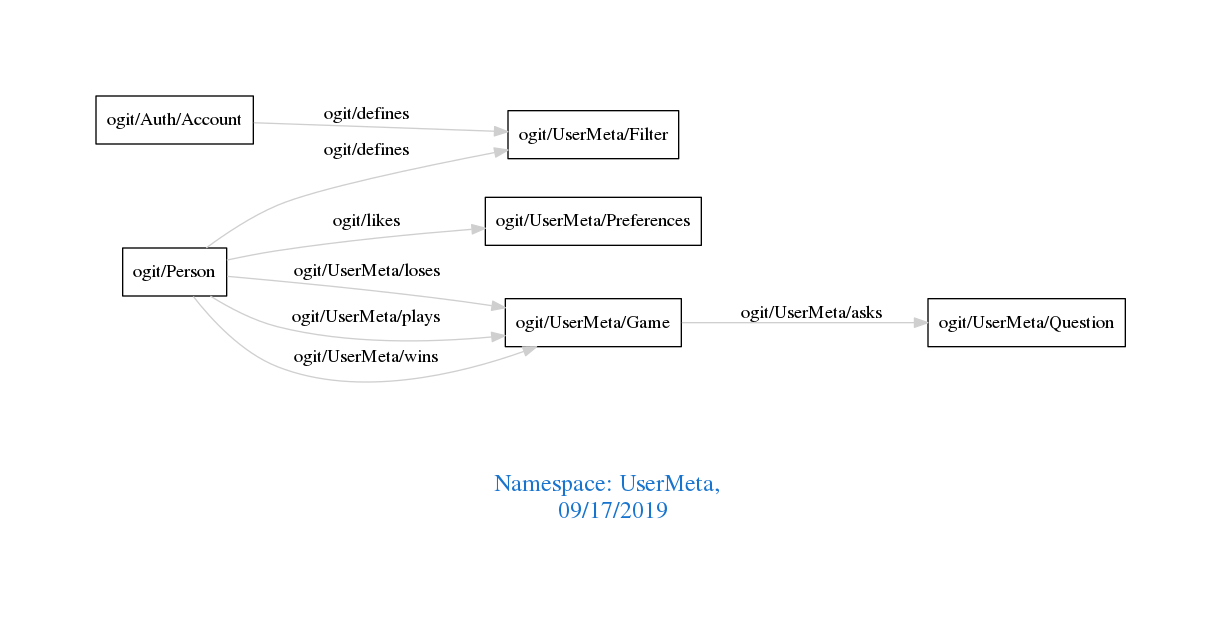
arago/OGIT keeps this Graphviz diagram as downloads/UserMeta.png. Above is the earlier version. Its source is kept beside it as downloads/UserMeta.dot.
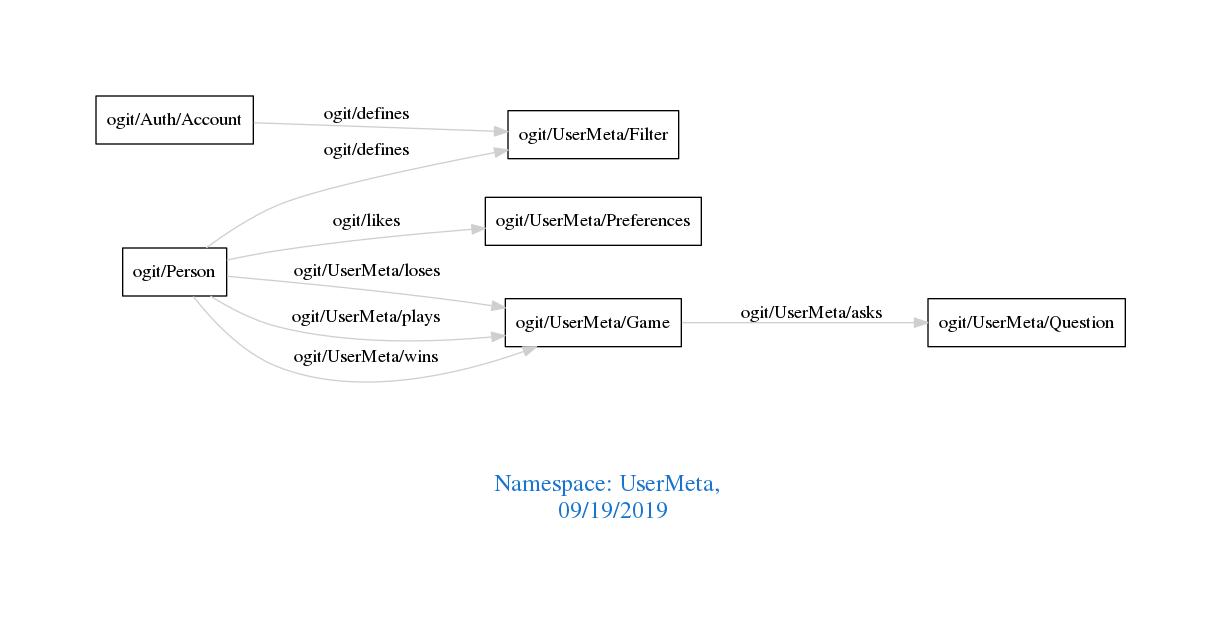
The same file after the commit.

Change to the diagram source:
```diff
@@ -1,7 +1,7 @@
 digraph OGIT_ontology {
  graph [ rankdir= LR,pad=1
 fontsize = 18,
-fontcolor= dodgerblue3,label = "\n\n\nNamespace: UserMeta, \n 09/17/2019"];
+fontcolor= dodgerblue3,label = "\n\n\nNamespace: UserMeta, \n 09/19/2019"];
 node[shape=polygon];
 edge [  color="gray81"];
 
```
